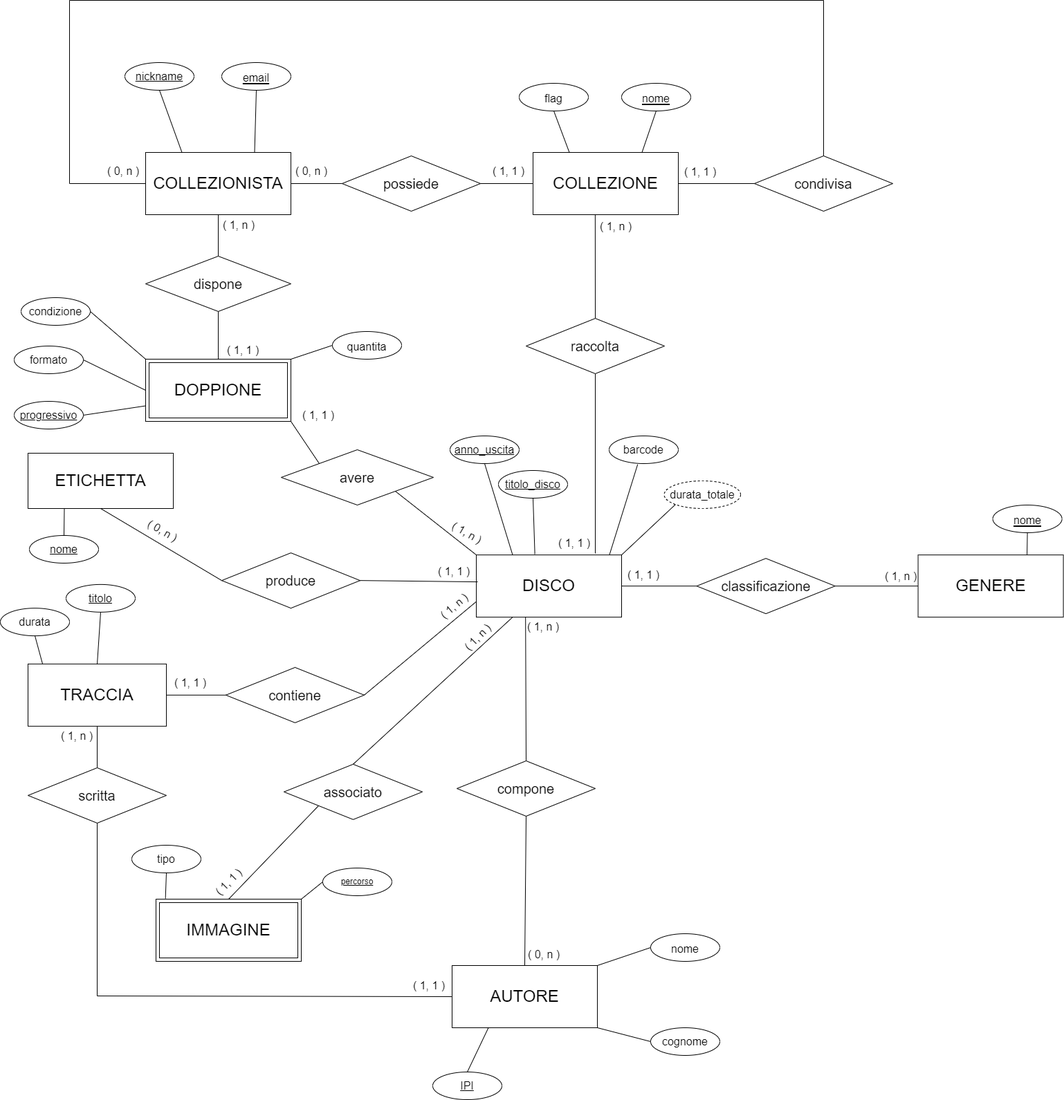
Above: SCHEMA_ER_Progetto Imagine.drawio.png in maryluuuu/db-collectors (draw.io), before the change. Source tidied: cells renumbered, new cells last; positions are measured from the earlier drawing's top-left corner, leaving out a move shared by most shapes.
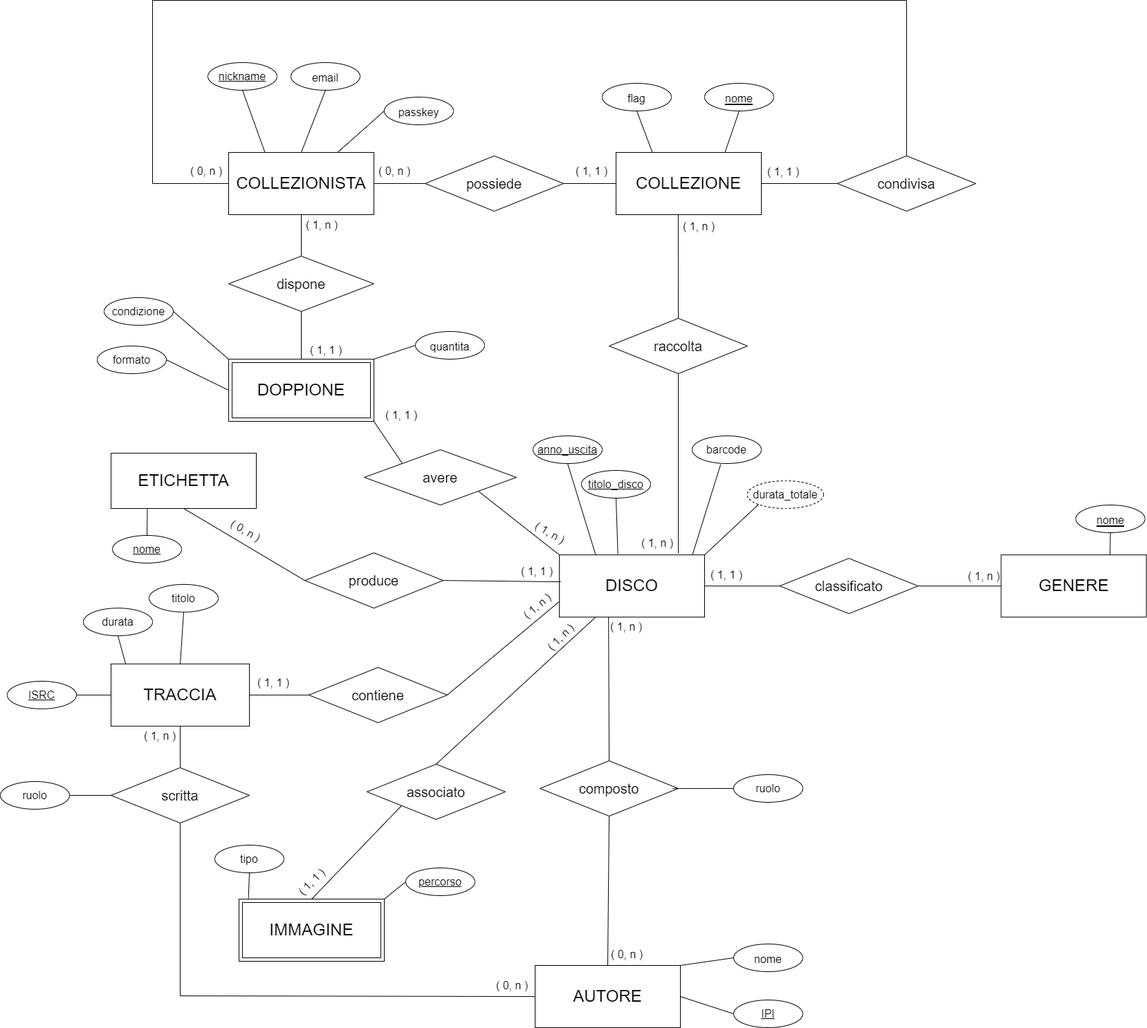
The same file after the commit.

Commit message:
Aggiornato SCHEMA E-R ristrutturato

The edit, as a diff of the source:
```diff
@@ -11,7 +11,7 @@
     <mxCell id="4" style="endArrow=none;html=1;rounded=0;entryX=0;entryY=0.5;entryDx=0;entryDy=0;fontSize=24;exitX=1;exitY=0.5;exitDx=0;exitDy=0;" parent="1" edge="1" source="3" target="5">
       <mxGeometry relative="1" as="geometry" />
     </mxCell>
-    <mxCell id="5" value="&lt;font style=&quot;font-size: 20px;&quot;&gt;classificazione&lt;/font&gt;" style="shape=rhombus;perimeter=rhombusPerimeter;whiteSpace=wrap;html=1;align=center;fontSize=24;" parent="1" vertex="1">
+    <mxCell id="5" value="&lt;font style=&quot;font-size: 20px;&quot;&gt;classificato&lt;/font&gt;" style="shape=rhombus;perimeter=rhombusPerimeter;whiteSpace=wrap;html=1;align=center;fontSize=24;" parent="1" vertex="1">
       <mxGeometry x="1006.6" y="807.1" width="200" height="80" as="geometry" />
     </mxCell>
     <mxCell id="6" style="endArrow=none;html=1;rounded=0;exitX=1;exitY=0.5;exitDx=0;exitDy=0;entryX=0;entryY=0.5;entryDx=0;entryDy=0;fontSize=24;" parent="1" edge="1" source="5" target="7">
@@ -47,10 +47,10 @@
     <mxCell id="16" value="&lt;font style=&quot;font-size: 16px;&quot;&gt;( 0, n )&lt;/font&gt;" style="text;html=1;strokeColor=none;fillColor=none;align=center;verticalAlign=middle;whiteSpace=wrap;rounded=0;fontSize=24;" parent="1" vertex="1">
       <mxGeometry x="410" y="230" width="80" height="30" as="geometry" />
     </mxCell>
-    <mxCell id="17" value="&lt;u style=&quot;&quot;&gt;&lt;font style=&quot;font-size: 16px;&quot;&gt;email&lt;/font&gt;&lt;/u&gt;" style="ellipse;whiteSpace=wrap;html=1;align=center;fontSize=24;" parent="1" vertex="1">
-      <mxGeometry x="320" y="90" width="100" height="40" as="geometry" />
+    <mxCell id="17" value="&lt;span style=&quot;&quot;&gt;&lt;font style=&quot;font-size: 16px;&quot;&gt;email&lt;/font&gt;&lt;/span&gt;" style="ellipse;whiteSpace=wrap;html=1;align=center;fontSize=24;fontStyle=0;" parent="1" vertex="1">
+      <mxGeometry x="300" y="90" width="100" height="40" as="geometry" />
     </mxCell>
-    <mxCell id="18" style="endArrow=none;html=1;rounded=0;entryX=0.5;entryY=1;entryDx=0;entryDy=0;exitX=0.75;exitY=0;exitDx=0;exitDy=0;fontSize=24;" parent="1" edge="1" source="11" target="17">
+    <mxCell id="18" style="endArrow=none;html=1;rounded=0;entryX=0.5;entryY=1;entryDx=0;entryDy=0;exitX=0.5;exitY=0;exitDx=0;exitDy=0;fontSize=24;" parent="1" edge="1" source="11" target="17">
       <mxGeometry relative="1" as="geometry" />
     </mxCell>
     <mxCell id="19" value="&lt;font style=&quot;font-size: 16px;&quot;&gt;( 1, n )&lt;/font&gt;" style="text;html=1;strokeColor=none;fillColor=none;align=center;verticalAlign=middle;whiteSpace=wrap;rounded=0;fontSize=16;" parent="1" vertex="1">
@@ -106,7 +106,7 @@
     <mxCell id="35" value="&lt;font style=&quot;font-size: 20px;&quot;&gt;possiede&lt;/font&gt;" style="shape=rhombus;perimeter=rhombusPerimeter;whiteSpace=wrap;html=1;align=center;fontSize=24;" parent="1" vertex="1">
       <mxGeometry x="494" y="225" width="200" height="80" as="geometry" />
     </mxCell>
-    <mxCell id="36" value="&lt;font style=&quot;font-size: 20px;&quot;&gt;compone&lt;/font&gt;" style="shape=rhombus;perimeter=rhombusPerimeter;whiteSpace=wrap;html=1;align=center;fontSize=24;" parent="1" vertex="1">
+    <mxCell id="36" value="&lt;font style=&quot;font-size: 20px;&quot;&gt;composto&lt;/font&gt;" style="shape=rhombus;perimeter=rhombusPerimeter;whiteSpace=wrap;html=1;align=center;fontSize=24;" parent="1" vertex="1">
       <mxGeometry x="660" y="1100" width="200" height="80" as="geometry" />
     </mxCell>
     <mxCell id="37" style="endArrow=none;html=1;rounded=0;entryX=0.5;entryY=1;entryDx=0;entryDy=0;exitX=0.5;exitY=0;exitDx=0;exitDy=0;fontSize=24;" parent="1" edge="1" source="38" target="36">
@@ -118,7 +118,7 @@
     <mxCell id="39" value="COLLEZIONE" style="whiteSpace=wrap;html=1;align=center;fontSize=24;" parent="1" vertex="1">
       <mxGeometry x="770" y="220" width="210" height="90" as="geometry" />
     </mxCell>
-    <mxCell id="40" value="( 1, 1 )" style="text;html=1;strokeColor=none;fillColor=none;align=center;verticalAlign=middle;whiteSpace=wrap;rounded=0;fontSize=16;" parent="1" vertex="1">
+    <mxCell id="40" value="( 1, n )" style="text;html=1;strokeColor=none;fillColor=none;align=center;verticalAlign=middle;whiteSpace=wrap;rounded=0;fontSize=16;" parent="1" vertex="1">
       <mxGeometry x="800" y="770" width="60" height="30" as="geometry" />
     </mxCell>
     <mxCell id="41" value="( 1, 1 )" style="text;html=1;strokeColor=none;fillColor=none;align=center;verticalAlign=middle;whiteSpace=wrap;rounded=0;fontSize=16;" parent="1" vertex="1">
@@ -128,22 +128,16 @@
       <mxGeometry x="1276.6" y="817.1" width="70" height="40" as="geometry" />
     </mxCell>
     <mxCell id="43" value="&lt;font style=&quot;font-size: 16px;&quot;&gt;nome&lt;/font&gt;" style="ellipse;whiteSpace=wrap;html=1;align=center;fontSize=24;" parent="1" vertex="1">
-      <mxGeometry x="940" y="1350" width="100" height="40" as="geometry" />
+      <mxGeometry x="940" y="1365" width="100" height="40" as="geometry" />
     </mxCell>
-    <mxCell id="44" value="cognome" style="ellipse;whiteSpace=wrap;html=1;align=center;fontSize=16;" parent="1" vertex="1">
-      <mxGeometry x="940" y="1486" width="100" height="40" as="geometry" />
-    </mxCell>
     <mxCell id="45" style="endArrow=none;html=1;rounded=0;entryX=0;entryY=0.5;entryDx=0;entryDy=0;exitX=1;exitY=0;exitDx=0;exitDy=0;fontSize=24;" parent="1" edge="1" source="38" target="43">
       <mxGeometry relative="1" as="geometry" />
     </mxCell>
-    <mxCell id="46" style="endArrow=none;html=1;rounded=0;exitX=1;exitY=1;exitDx=0;exitDy=0;entryX=0;entryY=0.5;entryDx=0;entryDy=0;fontSize=24;" parent="1" edge="1" source="38" target="44">
-      <mxGeometry relative="1" as="geometry" />
-    </mxCell>
-    <mxCell id="47" style="endArrow=none;html=1;rounded=0;entryX=0.25;entryY=1;entryDx=0;entryDy=0;exitX=0.5;exitY=0;exitDx=0;exitDy=0;fontSize=24;" parent="1" edge="1" source="48" target="38">
+    <mxCell id="47" style="endArrow=none;html=1;rounded=0;entryX=1;entryY=0.5;entryDx=0;entryDy=0;exitX=0;exitY=0.5;exitDx=0;exitDy=0;fontSize=24;" parent="1" edge="1" source="48" target="38">
       <mxGeometry relative="1" as="geometry" />
     </mxCell>
     <mxCell id="48" value="&lt;u style=&quot;font-size: 16px;&quot;&gt;IPI&lt;/u&gt;" style="ellipse;whiteSpace=wrap;html=1;align=center;fontSize=16;" parent="1" vertex="1">
-      <mxGeometry x="625" y="1550" width="100" height="40" as="geometry" />
+      <mxGeometry x="940" y="1446" width="100" height="40" as="geometry" />
     </mxCell>
     <mxCell id="49" value="( 1, n )" style="text;html=1;strokeColor=none;fillColor=none;align=center;verticalAlign=middle;whiteSpace=wrap;rounded=0;fontSize=16;" parent="1" vertex="1">
       <mxGeometry x="755" y="890.9" width="60" height="30" as="geometry" />
@@ -198,7 +192,7 @@
     <mxCell id="65" style="endArrow=none;html=1;rounded=0;exitX=0.5;exitY=0;exitDx=0;exitDy=0;entryX=0.5;entryY=1;entryDx=0;entryDy=0;fontSize=24;" parent="1" edge="1" source="64" target="66">
       <mxGeometry relative="1" as="geometry" />
     </mxCell>
-    <mxCell id="66" value="&lt;u style=&quot;font-size: 16px;&quot;&gt;titolo&lt;/u&gt;" style="ellipse;whiteSpace=wrap;html=1;align=center;fontSize=16;" parent="1" vertex="1">
+    <mxCell id="66" value="&lt;span style=&quot;font-size: 16px;&quot;&gt;titolo&lt;/span&gt;" style="ellipse;whiteSpace=wrap;html=1;align=center;fontSize=16;fontStyle=0;" parent="1" vertex="1">
       <mxGeometry x="95" y="844.9" width="100" height="40" as="geometry" />
     </mxCell>
     <mxCell id="67" value="durata" style="ellipse;whiteSpace=wrap;html=1;align=center;fontSize=16;" parent="1" vertex="1">
@@ -232,7 +226,7 @@
     <mxCell id="75" value="( 1, 1 )" style="text;html=1;strokeColor=none;fillColor=none;align=center;verticalAlign=middle;whiteSpace=wrap;rounded=0;fontSize=16;rotation=-45;" parent="1" vertex="1">
       <mxGeometry x="300" y="1260" width="60" height="30" as="geometry" />
     </mxCell>
-    <mxCell id="76" value="( 1, 1 )" style="text;html=1;strokeColor=none;fillColor=none;align=center;verticalAlign=middle;whiteSpace=wrap;rounded=0;fontSize=16;" parent="1" vertex="1">
+    <mxCell id="76" value="( 0, n )" style="text;html=1;strokeColor=none;fillColor=none;align=center;verticalAlign=middle;whiteSpace=wrap;rounded=0;fontSize=16;" parent="1" vertex="1">
       <mxGeometry x="590" y="1410" width="60" height="30" as="geometry" />
     </mxCell>
     <mxCell id="77" value="&lt;font style=&quot;font-size: 16px;&quot;&gt;( 1, n )&lt;/font&gt;" style="text;html=1;strokeColor=none;fillColor=none;align=center;verticalAlign=middle;whiteSpace=wrap;rounded=0;fontSize=24;" parent="1" vertex="1">
@@ -325,17 +319,35 @@
     <mxCell id="104" style="endArrow=none;html=1;rounded=0;entryX=0;entryY=1;entryDx=0;entryDy=0;exitX=1;exitY=0;exitDx=0;exitDy=0;" parent="1" edge="1" source="3" target="103">
       <mxGeometry relative="1" as="geometry" />
     </mxCell>
-    <mxCell id="105" value="&lt;font style=&quot;font-size: 16px;&quot;&gt;progressivo&lt;/font&gt;" style="ellipse;whiteSpace=wrap;html=1;align=center;fontStyle=4;" parent="1" vertex="1">
-      <mxGeometry x="20" y="580" width="100" height="40" as="geometry" />
-    </mxCell>
-    <mxCell id="106" style="endArrow=none;html=1;rounded=0;entryX=0;entryY=0.75;entryDx=0;entryDy=0;exitX=1;exitY=0.5;exitDx=0;exitDy=0;" parent="1" edge="1" source="105" target="91">
-      <mxGeometry relative="1" as="geometry" />
-    </mxCell>
-    <mxCell id="107" value="percorso" style="ellipse;whiteSpace=wrap;html=1;align=center;fontStyle=4;" parent="1" vertex="1">
+    <mxCell id="107" value="&lt;font style=&quot;font-size: 16px;&quot;&gt;percorso&lt;/font&gt;" style="ellipse;whiteSpace=wrap;html=1;align=center;fontStyle=4;" parent="1" vertex="1">
       <mxGeometry x="466" y="1255" width="100" height="40" as="geometry" />
     </mxCell>
     <mxCell id="108" style="endArrow=none;html=1;rounded=0;entryX=0;entryY=0.5;entryDx=0;entryDy=0;exitX=1;exitY=0;exitDx=0;exitDy=0;" parent="1" edge="1" source="78" target="107">
       <mxGeometry relative="1" as="geometry" />
     </mxCell>
+    <mxCell id="109" value="&lt;span style=&quot;font-size: 16px;&quot;&gt;ISRC&lt;/span&gt;" style="ellipse;whiteSpace=wrap;html=1;align=center;fontStyle=4;" parent="1" vertex="1">
+      <mxGeometry x="-110" y="984.9" width="100" height="40" as="geometry" />
+    </mxCell>
+    <mxCell id="110" value="&lt;span style=&quot;font-size: 16px;&quot;&gt;ruolo&lt;/span&gt;" style="ellipse;whiteSpace=wrap;html=1;align=center;fontSize=16;" parent="1" vertex="1">
+      <mxGeometry x="940" y="1120" width="100" height="40" as="geometry" />
+    </mxCell>
+    <mxCell id="111" style="endArrow=none;html=1;rounded=0;entryX=0;entryY=0.5;entryDx=0;entryDy=0;exitX=0.959;exitY=0.502;exitDx=0;exitDy=0;exitPerimeter=0;" parent="1" edge="1" source="36" target="110">
+      <mxGeometry relative="1" as="geometry" />
+    </mxCell>
+    <mxCell id="112" style="endArrow=none;html=1;rounded=0;exitX=1;exitY=0.5;exitDx=0;exitDy=0;entryX=0;entryY=0.5;entryDx=0;entryDy=0;" parent="1" edge="1" source="109" target="64">
+      <mxGeometry relative="1" as="geometry" />
+    </mxCell>
+    <mxCell id="113" value="&lt;span style=&quot;&quot;&gt;&lt;font style=&quot;font-size: 16px;&quot;&gt;passkey&lt;/font&gt;&lt;/span&gt;" style="ellipse;whiteSpace=wrap;html=1;align=center;fontSize=24;fontStyle=0;" parent="1" vertex="1">
+      <mxGeometry x="435" y="140" width="100" height="40" as="geometry" />
+    </mxCell>
+    <mxCell id="114" style="endArrow=none;html=1;rounded=0;entryX=0;entryY=0.5;entryDx=0;entryDy=0;exitX=0.75;exitY=0;exitDx=0;exitDy=0;" parent="1" edge="1" source="11" target="113">
+      <mxGeometry relative="1" as="geometry" />
+    </mxCell>
+    <mxCell id="115" value="&lt;span style=&quot;font-size: 16px;&quot;&gt;ruolo&lt;/span&gt;" style="ellipse;whiteSpace=wrap;html=1;align=center;fontSize=16;" parent="1" vertex="1">
+      <mxGeometry x="-120" y="1130" width="100" height="40" as="geometry" />
+    </mxCell>
+    <mxCell id="116" style="endArrow=none;html=1;rounded=0;entryX=0;entryY=0.5;entryDx=0;entryDy=0;exitX=1;exitY=0.5;exitDx=0;exitDy=0;" parent="1" edge="1" source="115" target="70">
+      <mxGeometry relative="1" as="geometry" />
+    </mxCell>
   </root>
 </mxGraphModel>
```
